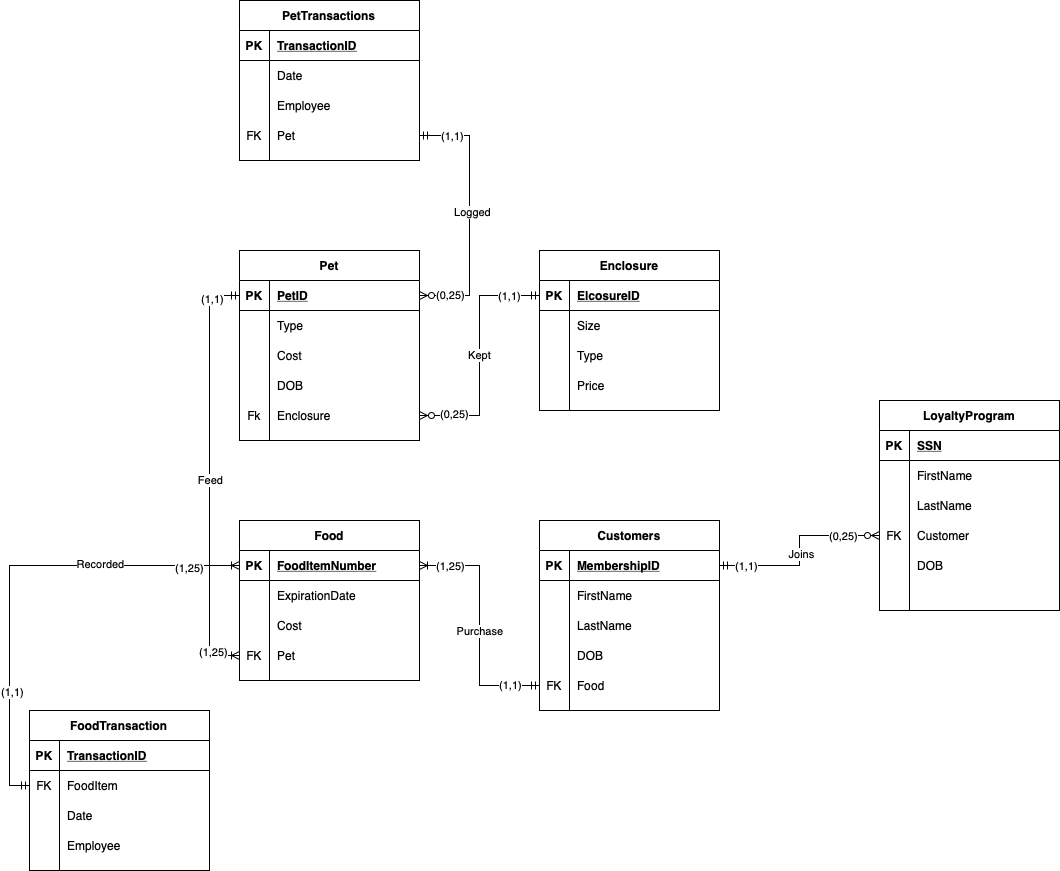
The draw.io diagram images/Pet Shop-2-3.png in Ziyahh22/Practice-, before a commit. Source tidied: cells renumbered, new cells last; positions are measured from the earlier drawing's top-left corner, leaving out a move shared by most shapes.
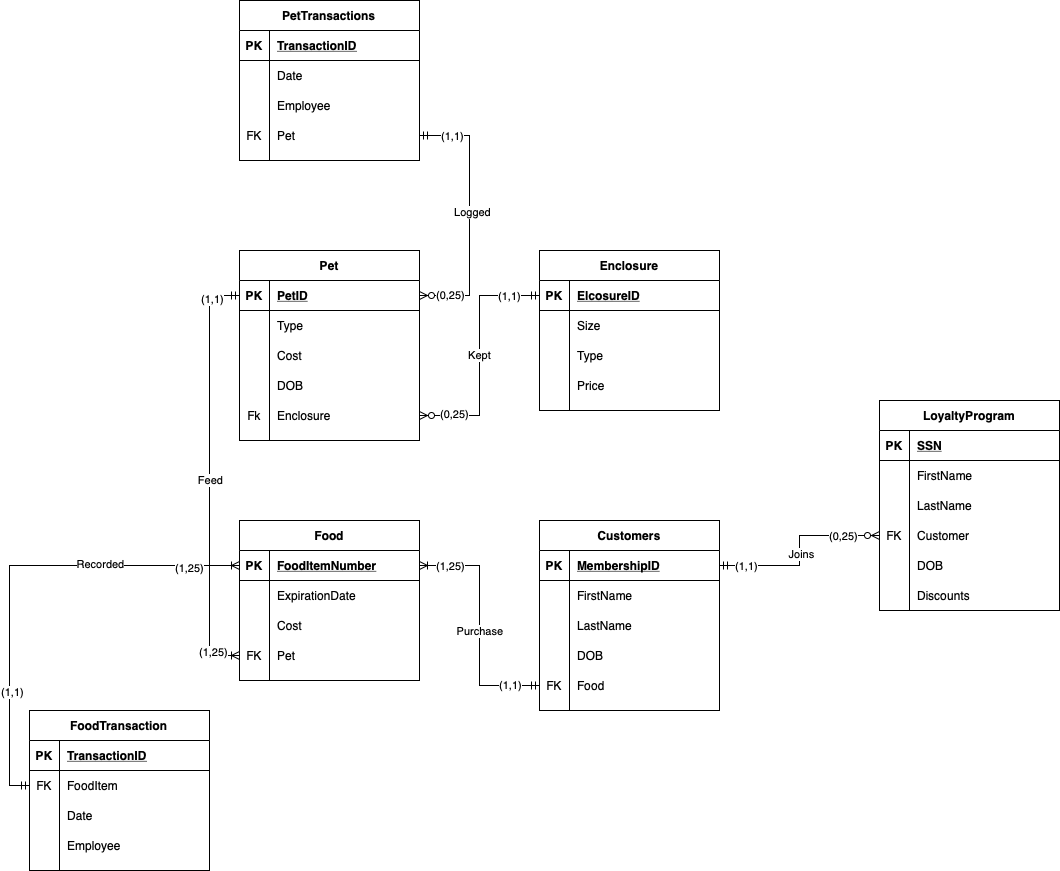
The same diagram one commit later.

What changed in the source:
```diff
@@ -399,7 +399,7 @@
     <mxCell id="126" style="shape=partialRectangle;fillColor=none;top=0;left=0;bottom=0;right=0;overflow=hidden;" parent="125" vertex="1">
       <mxGeometry width="30" height="30" as="geometry" />
     </mxCell>
-    <mxCell id="127" style="shape=partialRectangle;fillColor=none;top=0;left=0;bottom=0;right=0;align=left;spacingLeft=6;overflow=hidden;" parent="125" vertex="1">
+    <mxCell id="127" value="Discounts " style="shape=partialRectangle;fillColor=none;top=0;left=0;bottom=0;right=0;align=left;spacingLeft=6;overflow=hidden;" parent="125" vertex="1">
       <mxGeometry x="30" width="150" height="30" as="geometry" />
     </mxCell>
   </root>
```
